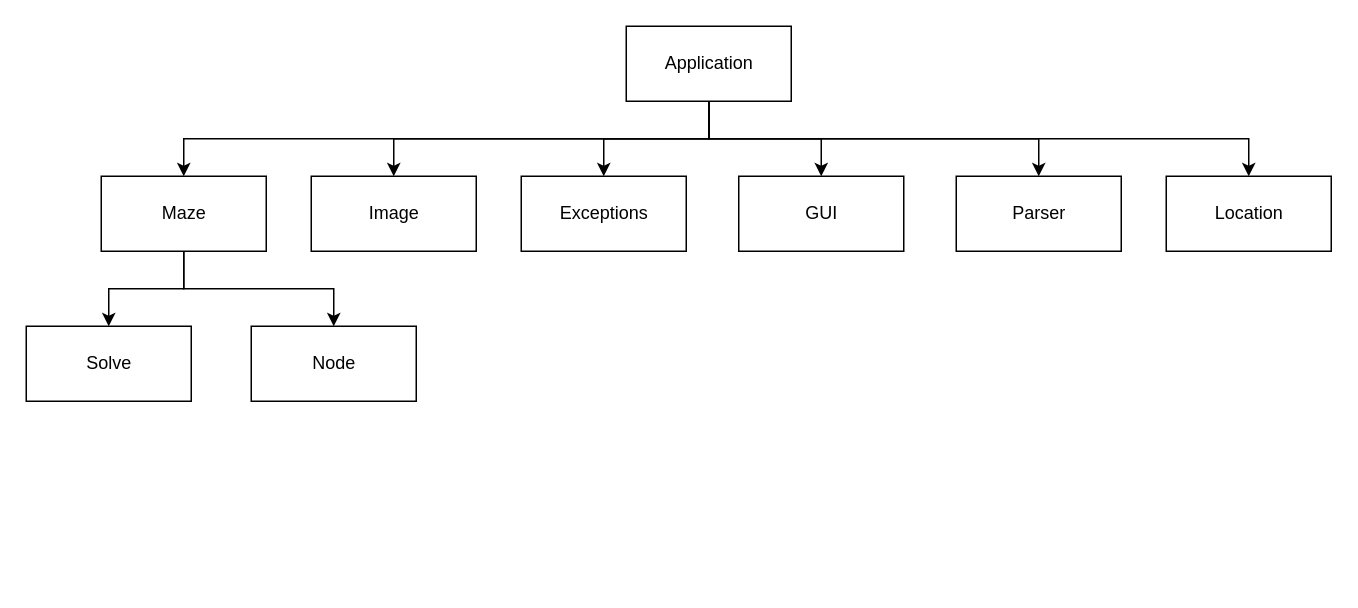
The draw.io diagram Docs/UML/design.drawio in hawadlu/Maze-Solver-Java, before the edit. Source tidied: cells renumbered, new cells numbered last; positions are measured from the earlier drawing's top-left corner, leaving out a move shared by most shapes. Both pictures are drawn from the tidied source at 150%, with x=0, y=0 at pixel (26, 26).
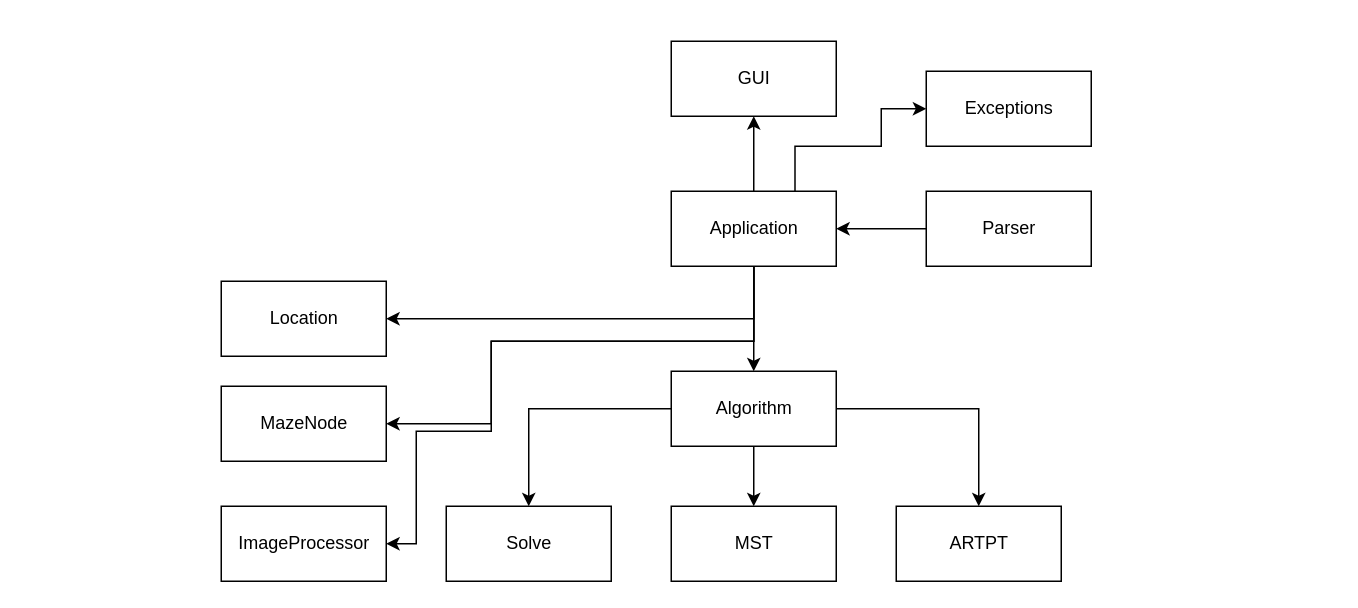
The same page after the edit.

What changed in the source:
```diff
@@
+    <mxCell id="7" style="edgeStyle=orthogonalEdgeStyle;rounded=0;jettySize=auto;html=1;exitX=0.5;exitY=0;exitDx=0;exitDy=0;entryX=0.5;entryY=1;entryDx=0;entryDy=0;" parent="1" edge="1" source="10" target="2">
+      <mxGeometry relative="1" as="geometry" />
+    </mxCell>
+    <mxCell id="19" style="edgeStyle=orthogonalEdgeStyle;rounded=0;jettySize=auto;html=1;exitX=0.5;exitY=1;exitDx=0;exitDy=0;entryX=0.5;entryY=0;entryDx=0;entryDy=0;" parent="1" edge="1" source="10" target="27">
+      <mxGeometry relative="1" as="geometry" />
+    </mxCell>
+    <mxCell id="6" style="edgeStyle=orthogonalEdgeStyle;rounded=0;jettySize=auto;html=1;exitX=0.75;exitY=0;exitDx=0;exitDy=0;entryX=0;entryY=0.5;entryDx=0;entryDy=0;" parent="1" edge="1" source="10" target="11">
+      <mxGeometry relative="1" as="geometry">
+        <Array as="points">
+          <mxPoint x="513" y="80" />
+          <mxPoint x="570" y="80" />
+          <mxPoint x="570" y="55" />
+        </Array>
+      </mxGeometry>
+    </mxCell>
+    <mxCell id="9" style="edgeStyle=orthogonalEdgeStyle;rounded=0;jettySize=auto;html=1;exitX=0.5;exitY=1;exitDx=0;exitDy=0;entryX=1;entryY=0.5;entryDx=0;entryDy=0;" parent="1" edge="1" source="10" target="16">
+      <mxGeometry relative="1" as="geometry" />
+    </mxCell>
+    <mxCell id="20" style="edgeStyle=orthogonalEdgeStyle;rounded=0;jettySize=auto;html=1;exitX=0.5;exitY=1;exitDx=0;exitDy=0;entryX=1;entryY=0.5;entryDx=0;entryDy=0;" parent="1" edge="1" source="10" target="23">
+      <mxGeometry relative="1" as="geometry">
+        <Array as="points">
+          <mxPoint x="485" y="210" />
+          <mxPoint x="310" y="210" />
+          <mxPoint x="310" y="265" />
+        </Array>
+      </mxGeometry>
+    </mxCell>
+    <mxCell id="21" style="edgeStyle=orthogonalEdgeStyle;rounded=0;jettySize=auto;html=1;exitX=0.5;exitY=1;exitDx=0;exitDy=0;entryX=1;entryY=0.5;entryDx=0;entryDy=0;" parent="1" edge="1" source="10" target="22">
+      <mxGeometry relative="1" as="geometry">
+        <Array as="points">
+          <mxPoint x="485" y="210" />
+          <mxPoint x="310" y="210" />
+          <mxPoint x="310" y="270" />
+          <mxPoint x="260" y="270" />
+          <mxPoint x="260" y="345" />
+        </Array>
+      </mxGeometry>
+    </mxCell>
+    <mxCell id="10" value="Application" style="html=1;" parent="1" vertex="1">
+      <mxGeometry x="430" y="110" width="110" height="50" as="geometry" />
+    </mxCell>
     <mxCell id="2" value="GUI" style="html=1;" parent="1" vertex="1">
-      <mxGeometry x="475" y="100" width="110" height="50" as="geometry" />
+      <mxGeometry x="430" y="10" width="110" height="50" as="geometry" />
     </mxCell>
+    <mxCell id="22" value="ImageProcessor" style="html=1;" parent="1" vertex="1">
+      <mxGeometry x="130" y="320" width="110" height="50" as="geometry" />
+    </mxCell>
+    <mxCell id="16" value="Location" style="html=1;" parent="1" vertex="1">
+      <mxGeometry x="130" y="170" width="110" height="50" as="geometry" />
+    </mxCell>
+    <mxCell id="23" value="MazeNode" style="html=1;" parent="1" vertex="1">
+      <mxGeometry x="130" y="240" width="110" height="50" as="geometry" />
+    </mxCell>
+    <mxCell id="24" style="edgeStyle=orthogonalEdgeStyle;rounded=0;jettySize=auto;html=1;exitX=0.5;exitY=1;exitDx=0;exitDy=0;" parent="1" edge="1" source="27" target="29">
+      <mxGeometry relative="1" as="geometry" />
+    </mxCell>
+    <mxCell id="25" style="edgeStyle=orthogonalEdgeStyle;rounded=0;jettySize=auto;html=1;exitX=0;exitY=0.5;exitDx=0;exitDy=0;entryX=0.5;entryY=0;entryDx=0;entryDy=0;" parent="1" edge="1" source="27" target="17">
+      <mxGeometry relative="1" as="geometry" />
+    </mxCell>
+    <mxCell id="26" style="edgeStyle=orthogonalEdgeStyle;rounded=0;jettySize=auto;html=1;exitX=1;exitY=0.5;exitDx=0;exitDy=0;entryX=0.5;entryY=0;entryDx=0;entryDy=0;" parent="1" edge="1" source="27" target="28">
+      <mxGeometry relative="1" as="geometry" />
+    </mxCell>
+    <mxCell id="27" value="Algorithm" style="html=1;" parent="1" vertex="1">
+      <mxGeometry x="430" y="230" width="110" height="50" as="geometry" />
+    </mxCell>
+    <mxCell id="17" value="Solve" style="html=1;" parent="1" vertex="1">
+      <mxGeometry x="280" y="320" width="110" height="50" as="geometry" />
+    </mxCell>
+    <mxCell id="28" value="ARTPT" style="html=1;" parent="1" vertex="1">
+      <mxGeometry x="580" y="320" width="110" height="50" as="geometry" />
+    </mxCell>
+    <mxCell id="29" value="MST" style="html=1;" parent="1" vertex="1">
+      <mxGeometry x="430" y="320" width="110" height="50" as="geometry" />
+    </mxCell>
+    <mxCell id="30" style="edgeStyle=orthogonalEdgeStyle;rounded=0;jettySize=auto;html=1;exitX=0;exitY=0.5;exitDx=0;exitDy=0;entryX=1;entryY=0.5;entryDx=0;entryDy=0;" parent="1" edge="1" source="3" target="10">
+      <mxGeometry relative="1" as="geometry" />
+    </mxCell>
     <mxCell id="3" value="Parser" style="html=1;" parent="1" vertex="1">
-      <mxGeometry x="620" y="100" width="110" height="50" as="geometry" />
+      <mxGeometry x="600" y="110" width="110" height="50" as="geometry" />
     </mxCell>
-    <mxCell id="4" style="edgeStyle=orthogonalEdgeStyle;rounded=0;jettySize=auto;html=1;exitX=0.5;exitY=1;exitDx=0;exitDy=0;entryX=0.5;entryY=0;entryDx=0;entryDy=0;" parent="1" edge="1" source="10" target="15">
-      <mxGeometry relative="1" as="geometry" />
-    </mxCell>
-    <mxCell id="5" style="edgeStyle=orthogonalEdgeStyle;rounded=0;jettySize=auto;html=1;exitX=0.5;exitY=1;exitDx=0;exitDy=0;entryX=0.5;entryY=0;entryDx=0;entryDy=0;" parent="1" edge="1" source="10" target="12">
-      <mxGeometry relative="1" as="geometry" />
-    </mxCell>
-    <mxCell id="6" style="edgeStyle=orthogonalEdgeStyle;rounded=0;jettySize=auto;html=1;exitX=0.5;exitY=1;exitDx=0;exitDy=0;entryX=0.5;entryY=0;entryDx=0;entryDy=0;" parent="1" edge="1" source="10" target="11">
-      <mxGeometry relative="1" as="geometry" />
-    </mxCell>
-    <mxCell id="7" style="edgeStyle=orthogonalEdgeStyle;rounded=0;jettySize=auto;html=1;exitX=0.5;exitY=1;exitDx=0;exitDy=0;entryX=0.5;entryY=0;entryDx=0;entryDy=0;" parent="1" edge="1" source="10" target="2">
-      <mxGeometry relative="1" as="geometry" />
-    </mxCell>
-    <mxCell id="8" style="edgeStyle=orthogonalEdgeStyle;rounded=0;jettySize=auto;html=1;exitX=0.5;exitY=1;exitDx=0;exitDy=0;entryX=0.5;entryY=0;entryDx=0;entryDy=0;" parent="1" edge="1" source="10" target="3">
-      <mxGeometry relative="1" as="geometry" />
-    </mxCell>
-    <mxCell id="9" style="edgeStyle=orthogonalEdgeStyle;rounded=0;jettySize=auto;html=1;exitX=0.5;exitY=1;exitDx=0;exitDy=0;entryX=0.5;entryY=0;entryDx=0;entryDy=0;" parent="1" edge="1" source="10" target="16">
-      <mxGeometry relative="1" as="geometry" />
-    </mxCell>
-    <mxCell id="10" value="Application" style="html=1;" parent="1" vertex="1">
-      <mxGeometry x="400" width="110" height="50" as="geometry" />
-    </mxCell>
     <mxCell id="11" value="Exceptions" style="html=1;" parent="1" vertex="1">
-      <mxGeometry x="330" y="100" width="110" height="50" as="geometry" />
+      <mxGeometry x="600" y="30" width="110" height="50" as="geometry" />
     </mxCell>
-    <mxCell id="12" value="Image" style="html=1;" parent="1" vertex="1">
-      <mxGeometry x="190" y="100" width="110" height="50" as="geometry" />
-    </mxCell>
-    <mxCell id="13" style="edgeStyle=orthogonalEdgeStyle;rounded=0;jettySize=auto;html=1;exitX=0.5;exitY=1;exitDx=0;exitDy=0;entryX=0.5;entryY=0;entryDx=0;entryDy=0;" parent="1" edge="1" source="15" target="17">
-      <mxGeometry relative="1" as="geometry" />
-    </mxCell>
-    <mxCell id="14" style="edgeStyle=orthogonalEdgeStyle;rounded=0;jettySize=auto;html=1;exitX=0.5;exitY=1;exitDx=0;exitDy=0;entryX=0.5;entryY=0;entryDx=0;entryDy=0;" parent="1" edge="1" source="15" target="18">
-      <mxGeometry relative="1" as="geometry" />
-    </mxCell>
-    <mxCell id="15" value="Maze" style="html=1;" parent="1" vertex="1">
-      <mxGeometry x="50" y="100" width="110" height="50" as="geometry" />
-    </mxCell>
-    <mxCell id="16" value="Location" style="html=1;" parent="1" vertex="1">
-      <mxGeometry x="760" y="100" width="110" height="50" as="geometry" />
-    </mxCell>
-    <mxCell id="17" value="Solve" style="html=1;" parent="1" vertex="1">
-      <mxGeometry y="200" width="110" height="50" as="geometry" />
-    </mxCell>
-    <mxCell id="18" value="Node" style="html=1;" parent="1" vertex="1">
-      <mxGeometry x="150" y="200" width="110" height="50" as="geometry" />
-    </mxCell>
```
